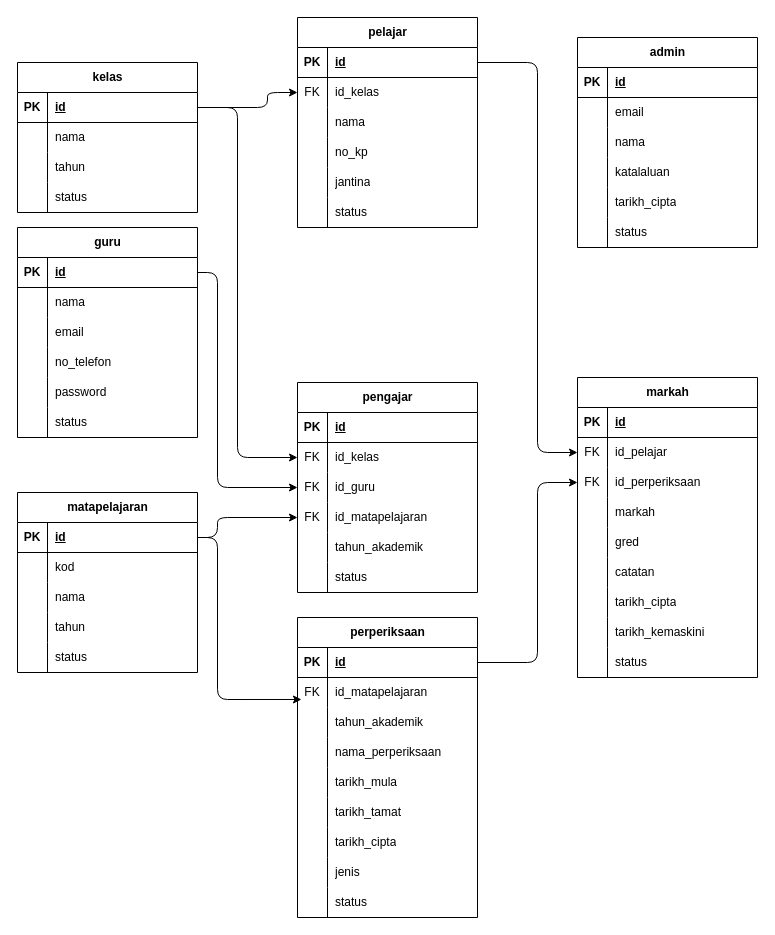
izzat567/SlipKu keeps this draw.io diagram as documentation/diagram/erd.drawio. Above is the earlier version. Source tidied: cells renumbered, new cells numbered last; positions are measured from the earlier drawing's top-left corner, leaving out a move shared by most shapes. Both pictures are drawn from the tidied source at 100%, with x=0, y=0 at pixel (17, 17).
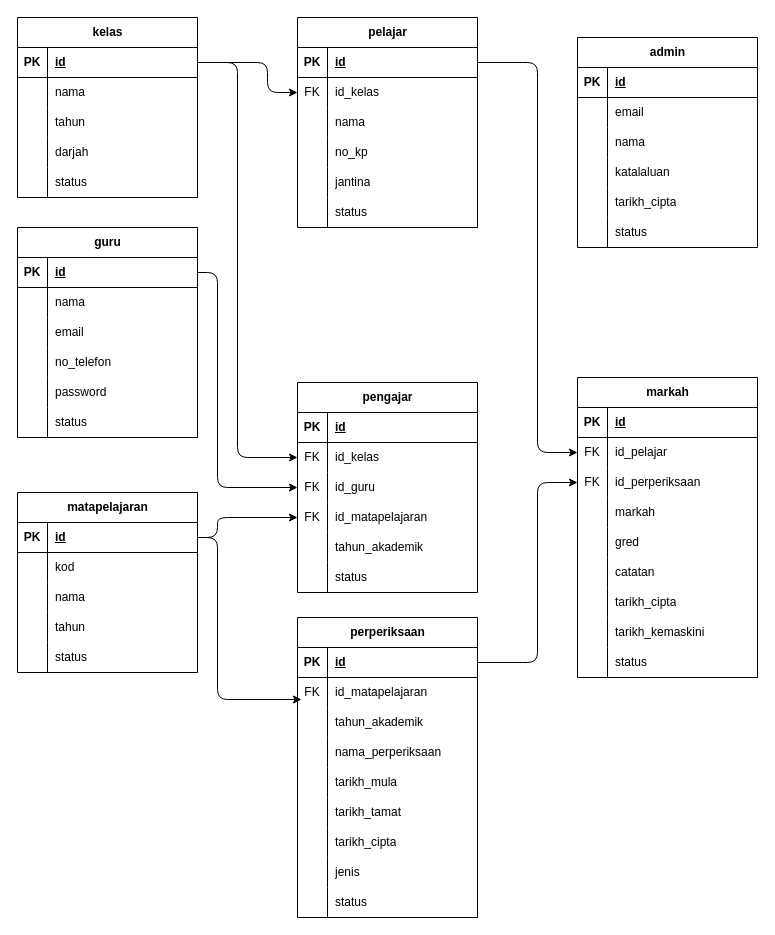
Above is the later version.

Unchanged cells that the change refers to:
```xml
<mxCell id="3" style="shape=tableRow;horizontal=0;startSize=0;swimlaneHead=0;swimlaneBody=0;fillColor=none;points=[[0,0.5],[1,0.5]];portConstraint=eastwest;top=0;left=0;right=0;bottom=1;" parent="2" vertex="1">
  <mxGeometry y="30" width="180" height="30" as="geometry" />
</mxCell>
<mxCell id="38" style="shape=tableRow;horizontal=0;startSize=0;swimlaneHead=0;swimlaneBody=0;fillColor=none;points=[[0,0.5],[1,0.5]];portConstraint=eastwest;top=0;left=0;right=0;bottom=0;" parent="34" vertex="1">
  <mxGeometry y="60" width="180" height="30" as="geometry" />
</mxCell>
<mxCell id="74" style="shape=tableRow;horizontal=0;startSize=0;swimlaneHead=0;swimlaneBody=0;fillColor=none;points=[[0,0.5],[1,0.5]];portConstraint=eastwest;top=0;left=0;right=0;bottom=0;" parent="70" vertex="1">
  <mxGeometry y="60" width="180" height="30" as="geometry" />
</mxCell>
```

Diff of the diagram source:
```diff
@@
     <mxCell id="2" value="kelas" style="shape=table;startSize=30;childLayout=tableLayout;rowLines=0;fontStyle=1;align=center;html=1;" parent="1" vertex="1">
-      <mxGeometry y="45" width="180" height="150" as="geometry" />
+      <mxGeometry width="180" height="180" as="geometry" />
     </mxCell>
@@
+    <mxCell id="170" style="shape=tableRow;horizontal=0;startSize=0;swimlaneHead=0;swimlaneBody=0;fillColor=none;top=0;left=0;right=0;bottom=0;" parent="2" vertex="1">
+      <mxGeometry y="120" width="180" height="30" as="geometry" />
+    </mxCell>
+    <mxCell id="171" style="shape=partialRectangle;fillColor=none;top=0;left=0;bottom=0;right=0;overflow=hidden;whiteSpace=wrap;html=1;" parent="170" vertex="1">
+      <mxGeometry width="30" height="30" as="geometry" />
+    </mxCell>
+    <mxCell id="172" value="darjah" style="shape=partialRectangle;fillColor=none;top=0;left=0;bottom=0;right=0;align=left;spacingLeft=6;overflow=hidden;whiteSpace=wrap;html=1;" parent="170" vertex="1">
+      <mxGeometry x="30" width="150" height="30" as="geometry" />
+    </mxCell>
     <mxCell id="12" style="shape=tableRow;horizontal=0;startSize=0;swimlaneHead=0;swimlaneBody=0;fillColor=none;top=0;left=0;right=0;bottom=0;" parent="2" vertex="1">
-      <mxGeometry y="120" width="180" height="30" as="geometry" />
+      <mxGeometry y="150" width="180" height="30" as="geometry" />
     </mxCell>
@@
     <mxCell id="53" style="edgeStyle=none;html=1;exitX=1;exitY=0.5;exitDx=0;exitDy=0;entryX=0;entryY=0.5;entryDx=0;entryDy=0;" parent="1" edge="1" source="3" target="38">
       <mxGeometry relative="1" as="geometry">
         <Array as="points">
-          <mxPoint x="250" y="90" />
+          <mxPoint x="250" y="45" />
           <mxPoint x="250" y="75" />
         </Array>
       </mxGeometry>
     </mxCell>
@@
     <mxCell id="91" style="edgeStyle=none;html=1;exitX=1;exitY=0.5;exitDx=0;exitDy=0;entryX=0;entryY=0.5;entryDx=0;entryDy=0;" parent="1" edge="1" source="3" target="74">
       <mxGeometry relative="1" as="geometry">
         <Array as="points">
-          <mxPoint x="220" y="90" />
+          <mxPoint x="220" y="45" />
           <mxPoint x="220" y="440" />
         </Array>
       </mxGeometry>
     </mxCell>
```
